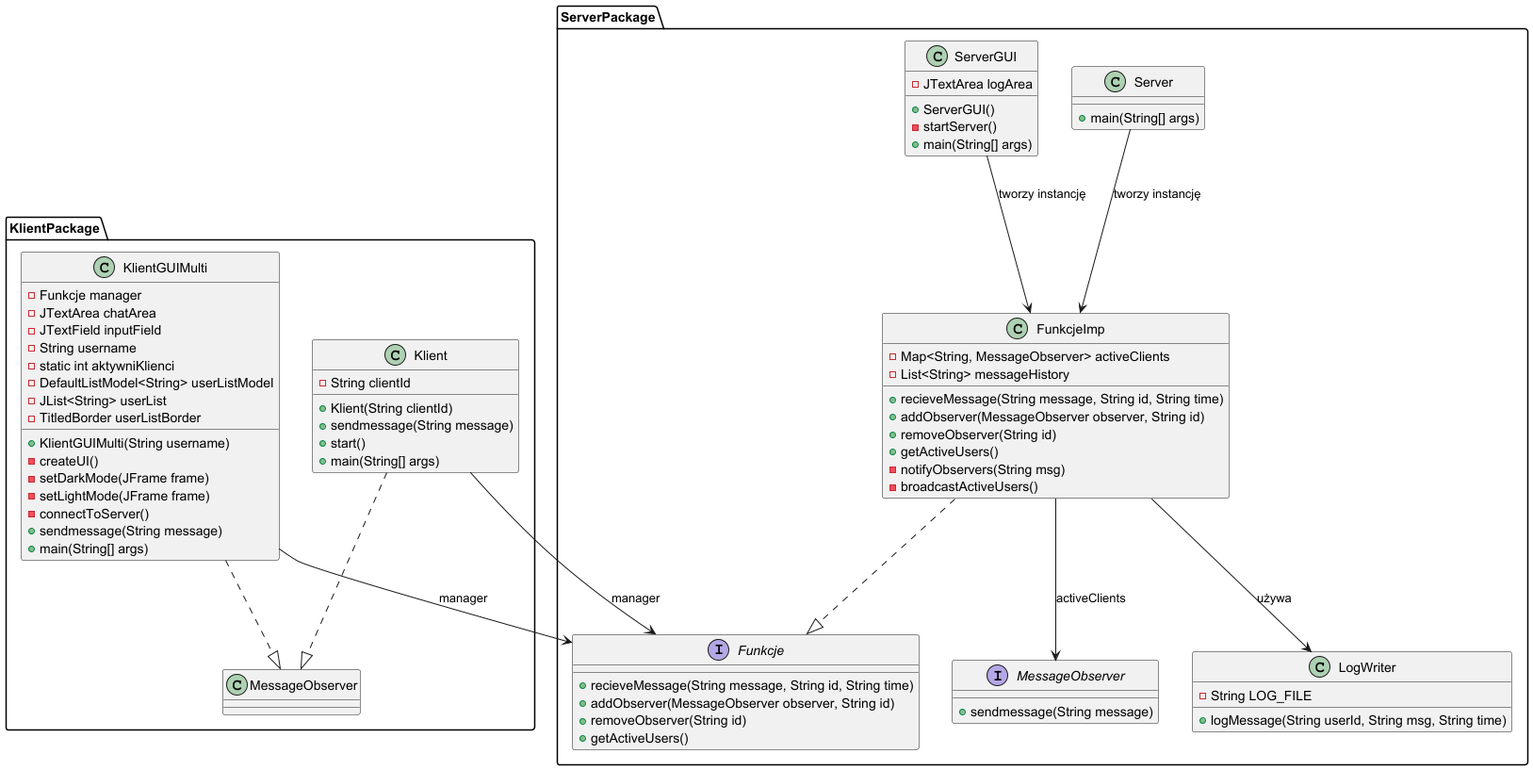
Above: diagramklas.png in MK9011/Java-RMI-Chat (PlantUML), before the change.
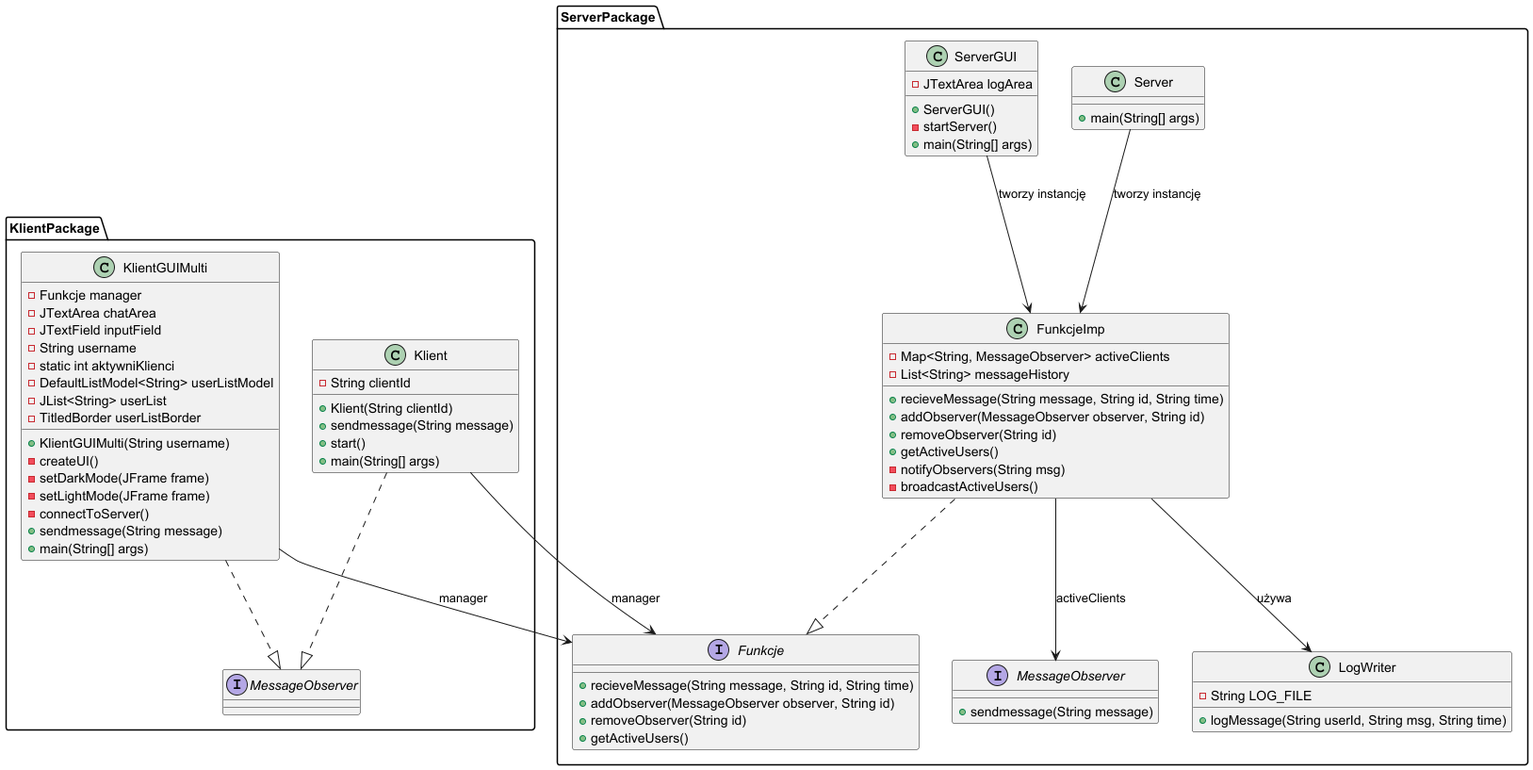
Later version of the same file.

What changed in the source:
```diff
@@ -25,6 +25,8 @@
         + start()
         + main(String[] args)
     }
+
+    interface MessageObserver
 
     KlientGUIMulti ..|> MessageObserver
     Klient ..|> MessageObserver
```
